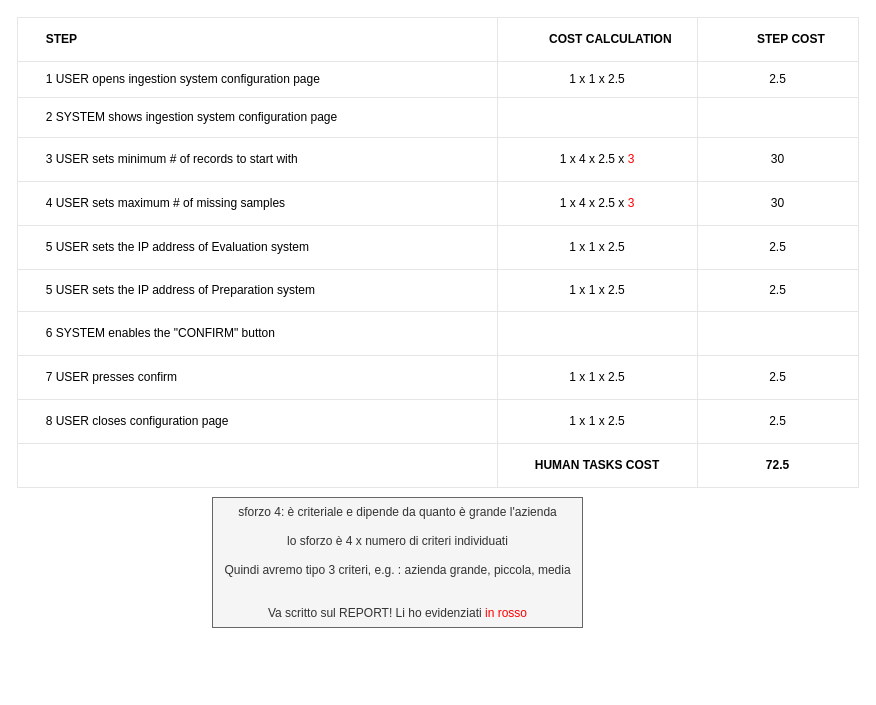
Before: configure/ingestion system (CAPE)/ingestion_system_table.drawio in BaffoBello14/AutomaticDamagesRecognition, a draw.io diagram. Source tidied: cells renumbered, new cells numbered last; positions are measured from the earlier drawing's top-left corner, leaving out a move shared by most shapes. Both pictures are drawn from the tidied source at 100%, with x=0, y=0 at pixel (17, 17).
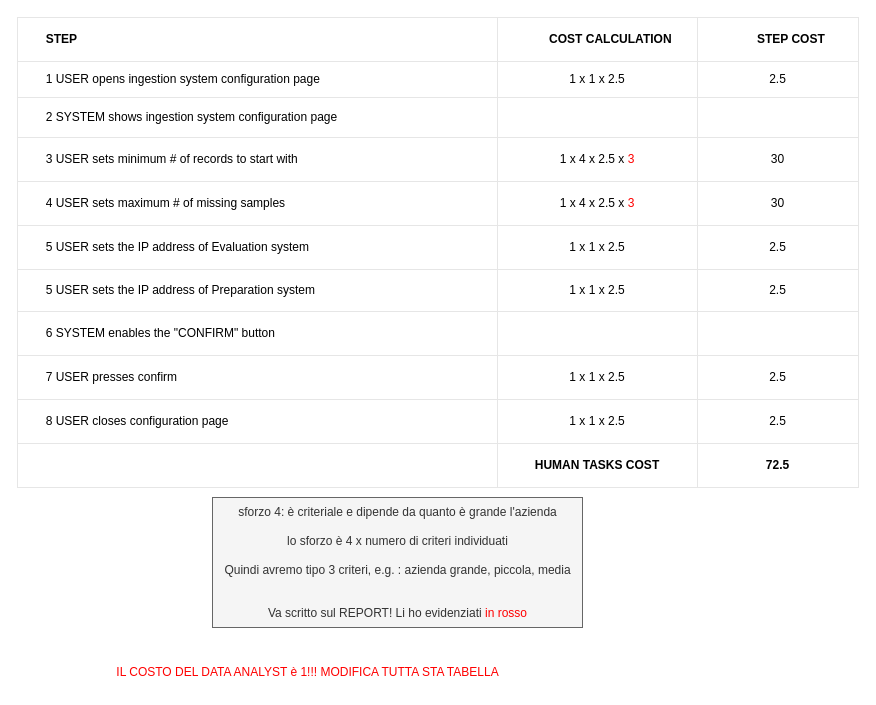
After the change.

The edit, as a diff of the source:
```diff
@@
+    <mxCell id="48" value="&lt;font color=&quot;#ff0000&quot;&gt;IL COSTO DEL DATA ANALYST è 1!!! MODIFICA TUTTA STA TABELLA&lt;/font&gt;" style="text;html=1;align=center;verticalAlign=middle;strokeColor=none;fillColor=none;" parent="1" vertex="1">
+      <mxGeometry x="85" y="640" width="410" height="30" as="geometry" />
+    </mxCell>
```
